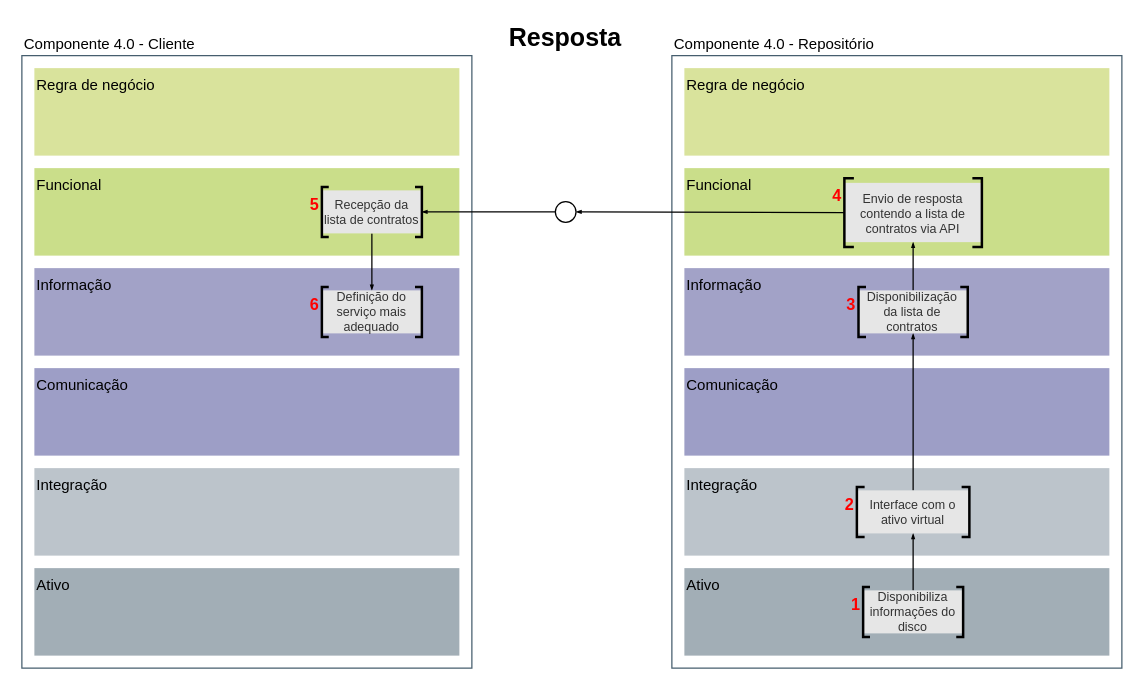
Before: page "rami-busca-resposta" (13 of 17) of images/diagramas/diagramas.drawio in hvitoi/i4.0-PLM, a draw.io diagram. Source tidied: cells renumbered, new cells numbered last; positions are measured from the earlier drawing's top-left corner, leaving out a move shared by most shapes. Both pictures are drawn from the tidied source at 125%, with x=0, y=0 at pixel (21, 24).
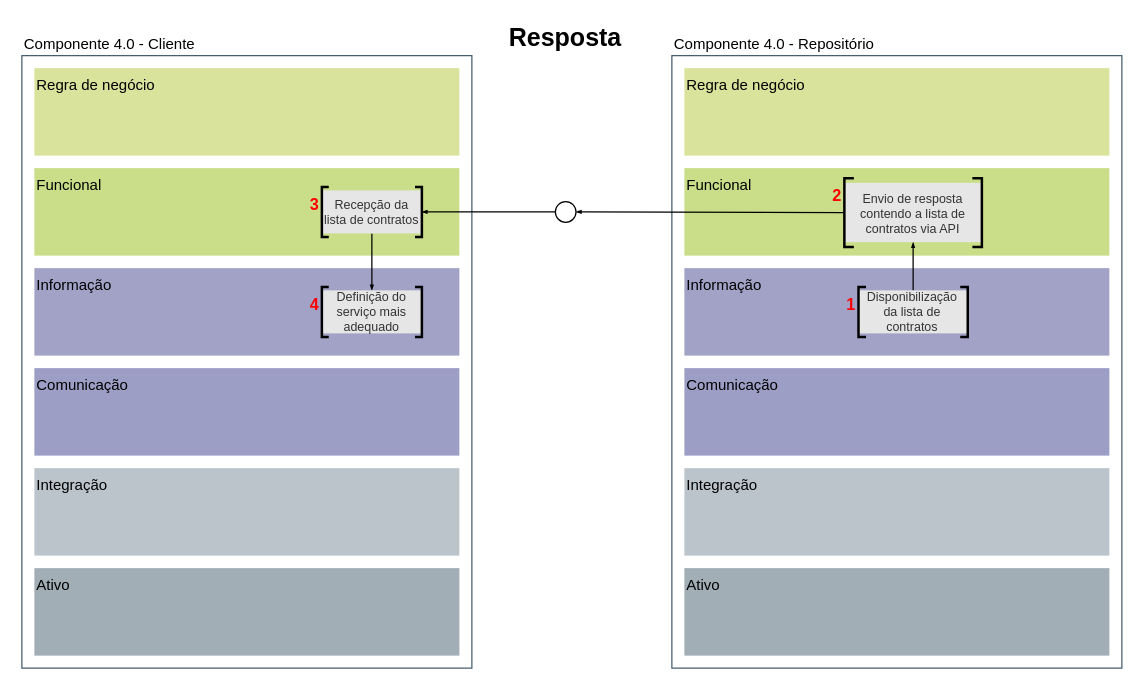
The same diagram, later.

The change refers to these unchanged cells:
```xml
<mxCell id="4" style="group;" parent="3" vertex="1">
  <mxGeometry width="350" height="480" as="geometry" />
</mxCell>
<mxCell id="28" value="Disponibilização da lista de contratos" style="rounded=0;whiteSpace=wrap;labelBackgroundColor=none;fontSize=10;fontColor=#333333;strokeColor=none;fontStyle=0;fillColor=#E6E6E6;" parent="27" vertex="1">
  <mxGeometry y="2.8" width="87.4" height="34.4" as="geometry" />
</mxCell>
<mxCell id="32" style="group;" parent="31" vertex="1">
  <mxGeometry width="350" height="480" as="geometry" />
</mxCell>
```

The edit, as a diff of the source:
```diff
@@
-    <mxCell id="12" style="endArrow=blockThin;html=1;fontSize=10;fontColor=#000000;strokeWidth=1;endFill=1;endSize=2;startSize=5;jumpSize=6;exitX=0.5;exitY=0;exitDx=0;exitDy=0;entryX=0.5;entryY=1;entryDx=0;entryDy=0;rounded=0;" parent="4" edge="1" source="24" target="20">
-      <mxGeometry relative="1" as="geometry" />
-    </mxCell>
@@
-    <mxCell id="14" style="endArrow=blockThin;html=1;fontSize=10;fontColor=#000000;strokeWidth=1;endFill=1;endSize=2;startSize=5;jumpSize=6;exitX=0.5;exitY=0;exitDx=0;exitDy=0;entryX=0.5;entryY=1;entryDx=0;entryDy=0;rounded=0;" parent="4" edge="1" source="20" target="28">
-      <mxGeometry relative="1" as="geometry" />
-    </mxCell>
-    <mxCell id="15" value="4&#10;" style="group;fontStyle=1;labelPosition=left;verticalLabelPosition=middle;align=right;verticalAlign=top;fontSize=13;fontColor=#FF0000;" parent="4" vertex="1">
+    <mxCell id="15" value="2" style="group;fontStyle=1;labelPosition=left;verticalLabelPosition=middle;align=right;verticalAlign=top;fontSize=13;fontColor=#FF0000;" parent="4" vertex="1">
       <mxGeometry x="128" y="88" width="110" height="55" as="geometry" />
     </mxCell>
@@
-    <mxCell id="19" value="2" style="group;labelPosition=left;verticalLabelPosition=middle;align=right;verticalAlign=top;fontSize=13;fontStyle=1;fontColor=#FF0000;" parent="4" vertex="1">
-      <mxGeometry x="138" y="335" width="90" height="40" as="geometry" />
-    </mxCell>
-    <mxCell id="20" value="Interface com o ativo virtual" style="rounded=0;whiteSpace=wrap;labelBackgroundColor=none;fontSize=10;fontColor=#333333;strokeColor=none;fontStyle=0;fillColor=#E6E6E6;" parent="19" vertex="1">
-      <mxGeometry y="2.8" width="90" height="34.4" as="geometry" />
-    </mxCell>
-    <mxCell id="21" style="strokeWidth=2;html=1;shape=mxgraph.flowchart.annotation_1;align=left;" parent="19" vertex="1">
-      <mxGeometry width="6.2" height="40" as="geometry" />
-    </mxCell>
-    <mxCell id="22" style="strokeWidth=2;html=1;shape=mxgraph.flowchart.annotation_1;align=left;rotation=-180;" parent="19" vertex="1">
-      <mxGeometry x="83.8" width="6.2" height="40" as="geometry" />
-    </mxCell>
-    <mxCell id="23" value="1" style="group;fontStyle=1;labelPosition=left;verticalLabelPosition=middle;align=right;verticalAlign=top;fontSize=13;fontColor=#FF0000;" parent="4" vertex="1">
-      <mxGeometry x="143" y="415" width="80" height="40" as="geometry" />
-    </mxCell>
-    <mxCell id="24" value="Disponibiliza informações do disco" style="rounded=0;whiteSpace=wrap;labelBackgroundColor=none;fontSize=10;fontColor=#333333;strokeColor=none;fontStyle=0;fillColor=#E6E6E6;" parent="23" vertex="1">
-      <mxGeometry y="2.8" width="80" height="34.4" as="geometry" />
-    </mxCell>
-    <mxCell id="25" style="strokeWidth=2;html=1;shape=mxgraph.flowchart.annotation_1;align=left;" parent="23" vertex="1">
-      <mxGeometry width="5.5" height="40" as="geometry" />
-    </mxCell>
-    <mxCell id="26" style="strokeWidth=2;html=1;shape=mxgraph.flowchart.annotation_1;align=left;rotation=-180;" parent="23" vertex="1">
-      <mxGeometry x="74.5" width="5.5" height="40" as="geometry" />
-    </mxCell>
-    <mxCell id="27" value="3&#10;" style="group;fontStyle=1;labelPosition=left;verticalLabelPosition=middle;align=right;verticalAlign=top;fontSize=13;fontColor=#FF0000;" parent="4" vertex="1">
+    <mxCell id="27" value="1" style="group;fontStyle=1;labelPosition=left;verticalLabelPosition=middle;align=right;verticalAlign=top;fontSize=13;fontColor=#FF0000;" parent="4" vertex="1">
       <mxGeometry x="139.3" y="175" width="87.4" height="40" as="geometry" />
     </mxCell>
@@
-    <mxCell id="41" value="6" style="group;fontStyle=1;labelPosition=left;verticalLabelPosition=middle;align=right;verticalAlign=top;fontSize=13;fontColor=#FF0000;" parent="32" vertex="1">
+    <mxCell id="41" value="4" style="group;fontStyle=1;labelPosition=left;verticalLabelPosition=middle;align=right;verticalAlign=top;fontSize=13;fontColor=#FF0000;" parent="32" vertex="1">
       <mxGeometry x="230" y="175" width="80" height="40" as="geometry" />
     </mxCell>
@@
-    <mxCell id="45" value="5" style="group;fontStyle=1;labelPosition=left;verticalLabelPosition=middle;align=right;verticalAlign=top;fontSize=13;fontColor=#FF0000;" parent="32" vertex="1">
+    <mxCell id="45" value="3" style="group;fontStyle=1;labelPosition=left;verticalLabelPosition=middle;align=right;verticalAlign=top;fontSize=13;fontColor=#FF0000;" parent="32" vertex="1">
       <mxGeometry x="230" y="95" width="80" height="40" as="geometry" />
     </mxCell>
```
